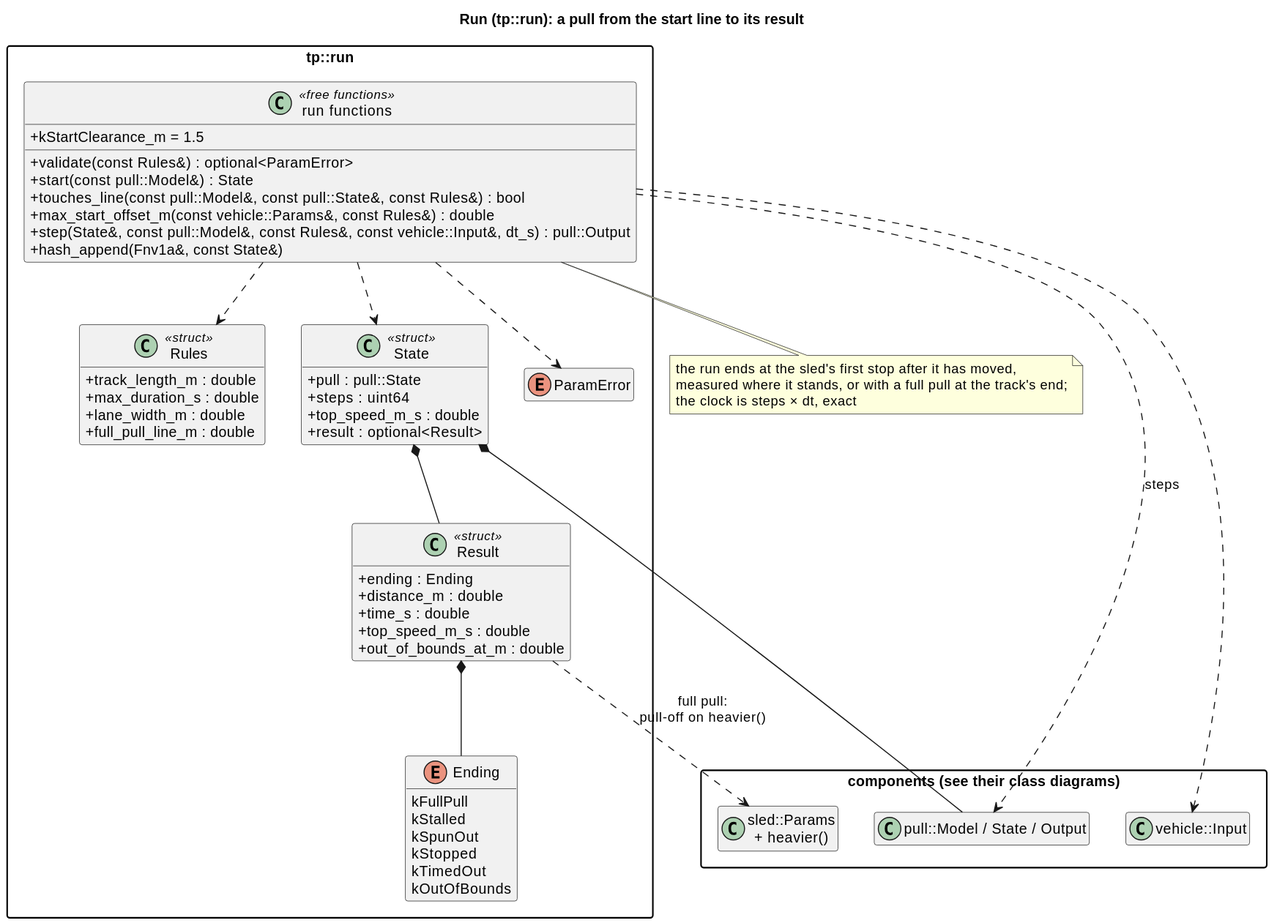
Earlier version of the PlantUML export docs/diagrams/svg/run_classes.svg (wversteeg/TractorPulling).
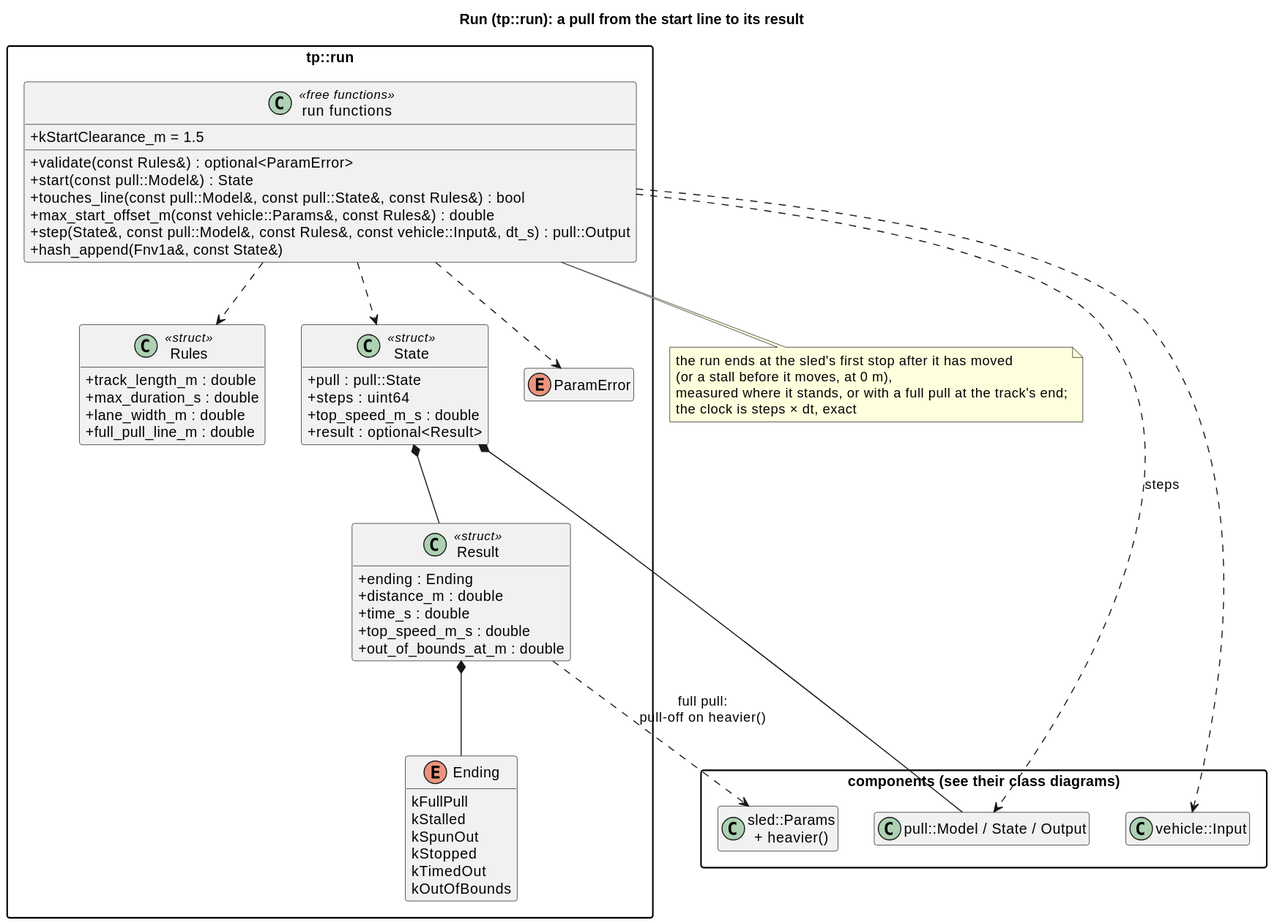
Later version of the same file.

Commit message:
A stall before the sled moves ends the pull; HOLD from taking up the slack

What changed in the source:
```diff
@@ -59,7 +59,8 @@
 RunFns ..> Pull : steps
 Result ..> Sled : full pull:\npull-off on heavier()
 note bottom of RunFns
-  the run ends at the sled's first stop after it has moved,
+  the run ends at the sled's first stop after it has moved
+  (or a stall before it moves, at 0 m),
   measured where it stands, or with a full pull at the track's end;
   the clock is steps × dt, exact
 end note
```
